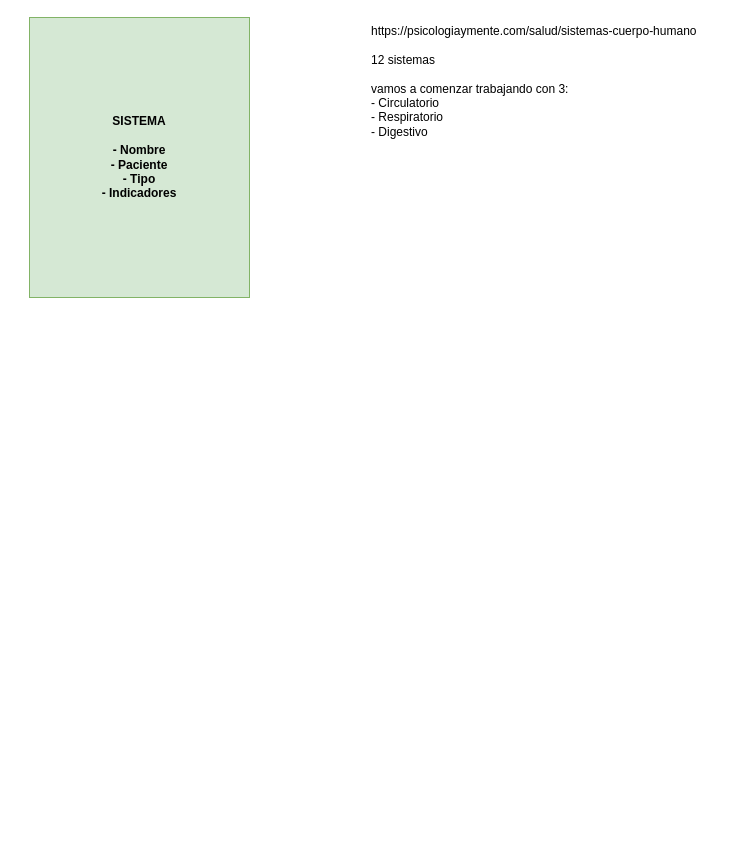
The draw.io diagram page "SISTEMAS" (5 of 6) of arch-design/cellprom-arch-functionality.drawio in cellprom/cellprom-arq-doc, before the edit. Source tidied: cells renumbered, new cells numbered last; positions are measured from the earlier drawing's top-left corner, leaving out a move shared by most shapes. Both pictures are drawn from the tidied source at 100%, with x=0, y=0 at pixel (29, 17).
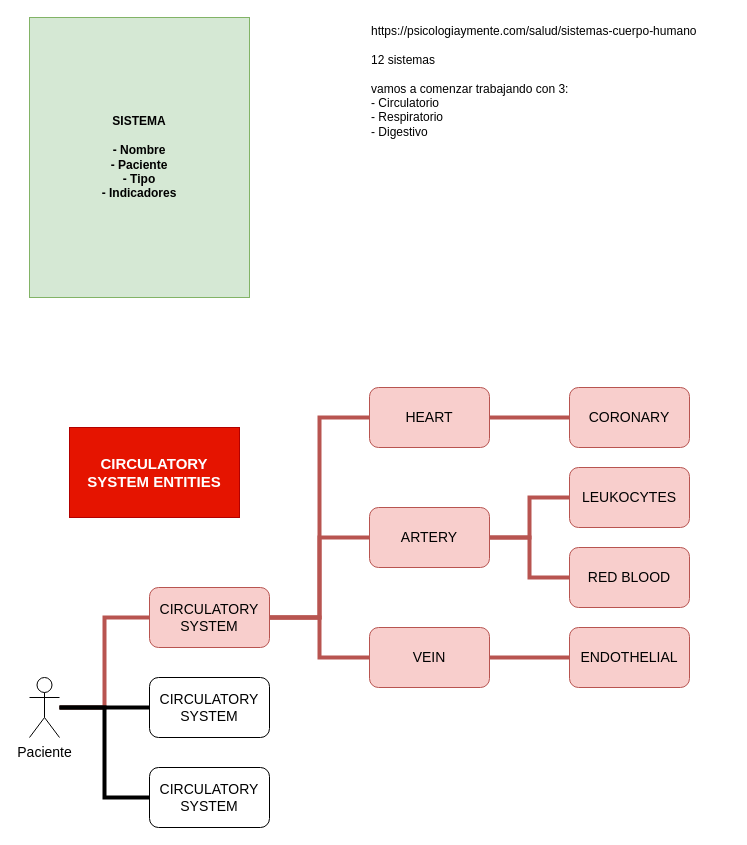
After the change.

The edit, as a diff of the source:
```diff
@@
     <mxCell id="3" value="https://psicologiaymente.com/salud/sistemas-cuerpo-humano&lt;br&gt;&lt;br&gt;12 sistemas&lt;br&gt;&lt;br&gt;vamos a comenzar trabajando con 3:&lt;br&gt;- Circulatorio&lt;br&gt;- Respiratorio&lt;br&gt;- Digestivo" style="text;whiteSpace=wrap;html=1;" parent="1" vertex="1">
-      <mxGeometry x="340" width="360" height="140" as="geometry" />
+      <mxGeometry x="340" width="360" height="280" as="geometry" />
     </mxCell>
+    <mxCell id="4" style="edgeStyle=orthogonalEdgeStyle;rounded=0;jettySize=auto;html=1;entryX=0;entryY=0.5;entryDx=0;entryDy=0;strokeWidth=4;fontSize=14;endArrow=none;endFill=0;fillColor=#f8cecc;strokeColor=#b85450;" parent="1" edge="1" source="7" target="11">
+      <mxGeometry relative="1" as="geometry" />
+    </mxCell>
+    <mxCell id="5" style="edgeStyle=orthogonalEdgeStyle;rounded=0;jettySize=auto;html=1;entryX=0;entryY=0.5;entryDx=0;entryDy=0;strokeWidth=4;fontSize=14;endArrow=none;endFill=0;" parent="1" edge="1" source="7" target="12">
+      <mxGeometry relative="1" as="geometry" />
+    </mxCell>
+    <mxCell id="6" style="edgeStyle=orthogonalEdgeStyle;rounded=0;jettySize=auto;html=1;entryX=0;entryY=0.5;entryDx=0;entryDy=0;strokeWidth=4;fontSize=14;endArrow=none;endFill=0;" parent="1" edge="1" source="7" target="13">
+      <mxGeometry relative="1" as="geometry" />
+    </mxCell>
+    <mxCell id="7" value="Paciente" style="shape=umlActor;verticalLabelPosition=bottom;verticalAlign=top;html=1;outlineConnect=0;fontSize=14;" parent="1" vertex="1">
+      <mxGeometry y="660" width="30" height="60" as="geometry" />
+    </mxCell>
+    <mxCell id="8" style="edgeStyle=orthogonalEdgeStyle;rounded=0;jettySize=auto;html=1;strokeWidth=4;fontSize=14;endArrow=none;endFill=0;entryX=0;entryY=0.5;entryDx=0;entryDy=0;fillColor=#f8cecc;strokeColor=#b85450;" parent="1" edge="1" source="11" target="15">
+      <mxGeometry relative="1" as="geometry" />
+    </mxCell>
+    <mxCell id="9" style="edgeStyle=orthogonalEdgeStyle;rounded=0;jettySize=auto;html=1;entryX=0;entryY=0.5;entryDx=0;entryDy=0;strokeWidth=4;fontSize=14;endArrow=none;endFill=0;fillColor=#f8cecc;strokeColor=#b85450;" parent="1" edge="1" source="11" target="18">
+      <mxGeometry relative="1" as="geometry" />
+    </mxCell>
+    <mxCell id="10" style="edgeStyle=orthogonalEdgeStyle;rounded=0;jettySize=auto;html=1;strokeWidth=4;fontSize=14;endArrow=none;endFill=0;fillColor=#f8cecc;strokeColor=#b85450;" parent="1" edge="1" source="11" target="20">
+      <mxGeometry relative="1" as="geometry" />
+    </mxCell>
+    <mxCell id="11" value="CIRCULATORY SYSTEM" style="rounded=1;whiteSpace=wrap;html=1;fontSize=14;fillColor=#f8cecc;strokeColor=#b85450;" parent="1" vertex="1">
+      <mxGeometry x="120" y="570" width="120" height="60" as="geometry" />
+    </mxCell>
+    <mxCell id="12" value="CIRCULATORY SYSTEM" style="rounded=1;whiteSpace=wrap;html=1;fontSize=14;" parent="1" vertex="1">
+      <mxGeometry x="120" y="660" width="120" height="60" as="geometry" />
+    </mxCell>
+    <mxCell id="13" value="CIRCULATORY SYSTEM" style="rounded=1;whiteSpace=wrap;html=1;fontSize=14;" parent="1" vertex="1">
+      <mxGeometry x="120" y="750" width="120" height="60" as="geometry" />
+    </mxCell>
+    <mxCell id="14" style="edgeStyle=orthogonalEdgeStyle;rounded=0;jettySize=auto;html=1;strokeWidth=4;fontSize=14;endArrow=none;endFill=0;fillColor=#f8cecc;strokeColor=#b85450;" parent="1" edge="1" source="15" target="21">
+      <mxGeometry relative="1" as="geometry" />
+    </mxCell>
+    <mxCell id="15" value="HEART" style="rounded=1;whiteSpace=wrap;html=1;fontSize=14;fillColor=#f8cecc;strokeColor=#b85450;" parent="1" vertex="1">
+      <mxGeometry x="340" y="370" width="120" height="60" as="geometry" />
+    </mxCell>
+    <mxCell id="16" style="edgeStyle=orthogonalEdgeStyle;rounded=0;jettySize=auto;html=1;strokeWidth=4;fontSize=14;endArrow=none;endFill=0;entryX=0;entryY=0.5;entryDx=0;entryDy=0;fillColor=#f8cecc;strokeColor=#b85450;" parent="1" edge="1" source="18" target="23">
+      <mxGeometry relative="1" as="geometry" />
+    </mxCell>
+    <mxCell id="17" style="edgeStyle=orthogonalEdgeStyle;rounded=0;jettySize=auto;html=1;strokeWidth=4;fontSize=14;endArrow=none;endFill=0;fillColor=#f8cecc;strokeColor=#b85450;" parent="1" edge="1" source="18" target="24">
+      <mxGeometry relative="1" as="geometry" />
+    </mxCell>
+    <mxCell id="18" value="ARTERY" style="rounded=1;whiteSpace=wrap;html=1;fontSize=14;fillColor=#f8cecc;strokeColor=#b85450;" parent="1" vertex="1">
+      <mxGeometry x="340" y="490" width="120" height="60" as="geometry" />
+    </mxCell>
+    <mxCell id="19" style="edgeStyle=orthogonalEdgeStyle;rounded=0;jettySize=auto;html=1;strokeWidth=4;fontSize=14;endArrow=none;endFill=0;fillColor=#f8cecc;strokeColor=#b85450;" parent="1" edge="1" source="20" target="22">
+      <mxGeometry relative="1" as="geometry" />
+    </mxCell>
+    <mxCell id="20" value="VEIN" style="rounded=1;whiteSpace=wrap;html=1;fontSize=14;fillColor=#f8cecc;strokeColor=#b85450;" parent="1" vertex="1">
+      <mxGeometry x="340" y="610" width="120" height="60" as="geometry" />
+    </mxCell>
+    <mxCell id="21" value="CORONARY" style="rounded=1;whiteSpace=wrap;html=1;fontSize=14;fillColor=#f8cecc;strokeColor=#b85450;" parent="1" vertex="1">
+      <mxGeometry x="540" y="370" width="120" height="60" as="geometry" />
+    </mxCell>
+    <mxCell id="22" value="ENDOTHELIAL" style="rounded=1;whiteSpace=wrap;html=1;fontSize=14;fillColor=#f8cecc;strokeColor=#b85450;" parent="1" vertex="1">
+      <mxGeometry x="540" y="610" width="120" height="60" as="geometry" />
+    </mxCell>
+    <mxCell id="23" value="LEUKOCYTES" style="rounded=1;whiteSpace=wrap;html=1;fontSize=14;fillColor=#f8cecc;strokeColor=#b85450;" parent="1" vertex="1">
+      <mxGeometry x="540" y="450" width="120" height="60" as="geometry" />
+    </mxCell>
+    <mxCell id="24" value="RED BLOOD" style="rounded=1;whiteSpace=wrap;html=1;fontSize=14;fillColor=#f8cecc;strokeColor=#b85450;" parent="1" vertex="1">
+      <mxGeometry x="540" y="530" width="120" height="60" as="geometry" />
+    </mxCell>
+    <mxCell id="25" value="CIRCULATORY SYSTEM ENTITIES" style="text;html=1;strokeColor=#B20000;fillColor=#e51400;align=center;verticalAlign=middle;whiteSpace=wrap;rounded=0;fontStyle=1;fontColor=#ffffff;fontSize=15;" parent="1" vertex="1">
+      <mxGeometry x="40" y="410" width="170" height="90" as="geometry" />
+    </mxCell>
```
